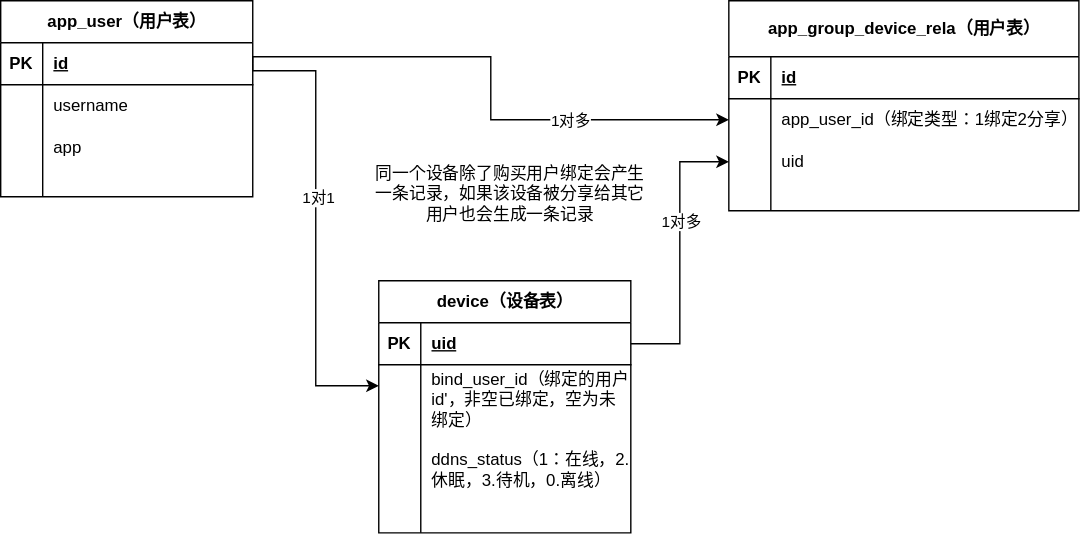
Earlier version of the draw.io export database/1-用户设备关系ER.drawio.svg (LiuXinStrive/ChaoWei). Source tidied: cells renumbered, new cells last; positions are measured from the earlier drawing's top-left corner, leaving out a move shared by most shapes. Source of this version:
```xml
<mxGraphModel>
  <root>
    <mxCell id="0" />
    <mxCell id="1" parent="0" />
    <mxCell id="2" value="app_user（用户表）" style="shape=table;startSize=30;rowLines=0;fontStyle=1;align=center;html=1;" parent="1" vertex="1">
      <mxGeometry width="180" height="140" as="geometry" />
    </mxCell>
    <mxCell id="3" style="shape=tableRow;horizontal=0;startSize=0;swimlaneHead=0;swimlaneBody=0;fillColor=none;points=[[0,0.5],[1,0.5]];portConstraint=eastwest;top=0;left=0;right=0;bottom=1;" parent="2" vertex="1">
      <mxGeometry y="30" width="180" height="30" as="geometry" />
    </mxCell>
    <mxCell id="4" value="PK" style="shape=partialRectangle;fillColor=none;top=0;left=0;bottom=0;right=0;fontStyle=1;overflow=hidden;whiteSpace=wrap;html=1;" parent="3" vertex="1">
      <mxGeometry width="30" height="30" as="geometry" />
    </mxCell>
    <mxCell id="5" value="id" style="shape=partialRectangle;fillColor=none;top=0;left=0;bottom=0;right=0;align=left;spacingLeft=6;fontStyle=5;overflow=hidden;whiteSpace=wrap;html=1;" parent="3" vertex="1">
      <mxGeometry x="30" width="150" height="30" as="geometry" />
    </mxCell>
    <mxCell id="6" style="shape=tableRow;horizontal=0;startSize=0;swimlaneHead=0;swimlaneBody=0;fillColor=none;top=0;left=0;right=0;bottom=0;" parent="2" vertex="1">
      <mxGeometry y="60" width="180" height="30" as="geometry" />
    </mxCell>
    <mxCell id="7" style="shape=partialRectangle;fillColor=none;top=0;left=0;bottom=0;right=0;overflow=hidden;whiteSpace=wrap;html=1;" parent="6" vertex="1">
      <mxGeometry width="30" height="30" as="geometry" />
    </mxCell>
    <mxCell id="8" value="username" style="shape=partialRectangle;fillColor=none;top=0;left=0;bottom=0;right=0;align=left;spacingLeft=6;overflow=hidden;whiteSpace=wrap;html=1;" parent="6" vertex="1">
      <mxGeometry x="30" width="150" height="30" as="geometry" />
    </mxCell>
    <mxCell id="9" style="shape=tableRow;horizontal=0;startSize=0;swimlaneHead=0;swimlaneBody=0;fillColor=none;top=0;left=0;right=0;bottom=0;" parent="2" vertex="1">
      <mxGeometry y="90" width="180" height="30" as="geometry" />
    </mxCell>
    <mxCell id="10" style="shape=partialRectangle;fillColor=none;top=0;left=0;bottom=0;right=0;overflow=hidden;whiteSpace=wrap;html=1;" parent="9" vertex="1">
      <mxGeometry width="30" height="30" as="geometry" />
    </mxCell>
    <mxCell id="11" value="app" style="shape=partialRectangle;fillColor=none;top=0;left=0;bottom=0;right=0;align=left;spacingLeft=6;overflow=hidden;whiteSpace=wrap;html=1;" parent="9" vertex="1">
      <mxGeometry x="30" width="150" height="30" as="geometry" />
    </mxCell>
    <mxCell id="12" style="shape=tableRow;horizontal=0;startSize=0;swimlaneHead=0;swimlaneBody=0;fillColor=none;top=0;left=0;right=0;bottom=0;" parent="2" vertex="1">
      <mxGeometry y="120" width="180" height="20" as="geometry" />
    </mxCell>
    <mxCell id="13" style="shape=partialRectangle;fillColor=none;top=0;left=0;bottom=0;right=0;overflow=hidden;whiteSpace=wrap;html=1;" parent="12" vertex="1">
      <mxGeometry width="30" height="20" as="geometry" />
    </mxCell>
    <mxCell id="14" style="shape=partialRectangle;fillColor=none;top=0;left=0;bottom=0;right=0;align=left;spacingLeft=6;overflow=hidden;whiteSpace=wrap;html=1;" parent="12" vertex="1">
      <mxGeometry x="30" width="150" height="20" as="geometry" />
    </mxCell>
    <mxCell id="15" value="device（设备表）" style="shape=table;startSize=30;rowLines=0;fontStyle=1;align=center;html=1;" parent="1" vertex="1">
      <mxGeometry x="270" y="200" width="180" height="180" as="geometry" />
    </mxCell>
    <mxCell id="16" style="shape=tableRow;horizontal=0;startSize=0;swimlaneHead=0;swimlaneBody=0;fillColor=none;points=[[0,0.5],[1,0.5]];portConstraint=eastwest;top=0;left=0;right=0;bottom=1;" parent="15" vertex="1">
      <mxGeometry y="30" width="180" height="30" as="geometry" />
    </mxCell>
    <mxCell id="17" value="PK" style="shape=partialRectangle;fillColor=none;top=0;left=0;bottom=0;right=0;fontStyle=1;overflow=hidden;whiteSpace=wrap;html=1;" parent="16" vertex="1">
      <mxGeometry width="30" height="30" as="geometry" />
    </mxCell>
    <mxCell id="18" value="uid" style="shape=partialRectangle;fillColor=none;top=0;left=0;bottom=0;right=0;align=left;spacingLeft=6;fontStyle=5;overflow=hidden;whiteSpace=wrap;html=1;" parent="16" vertex="1">
      <mxGeometry x="30" width="150" height="30" as="geometry" />
    </mxCell>
    <mxCell id="19" style="shape=tableRow;horizontal=0;startSize=0;swimlaneHead=0;swimlaneBody=0;fillColor=none;points=[[0,0.5],[1,0.5]];portConstraint=eastwest;top=0;left=0;right=0;bottom=0;" parent="15" vertex="1">
      <mxGeometry y="60" width="180" height="50" as="geometry" />
    </mxCell>
    <mxCell id="20" style="shape=partialRectangle;fillColor=none;top=0;left=0;bottom=0;right=0;overflow=hidden;whiteSpace=wrap;html=1;" parent="19" vertex="1">
      <mxGeometry width="30" height="50" as="geometry" />
    </mxCell>
    <mxCell id="21" value="bind_user_id（绑定的用户id'，非空已绑定，空为未绑定）" style="shape=partialRectangle;fillColor=none;top=0;left=0;bottom=0;right=0;align=left;spacingLeft=6;overflow=hidden;whiteSpace=wrap;html=1;" parent="19" vertex="1">
      <mxGeometry x="30" width="150" height="50" as="geometry" />
    </mxCell>
    <mxCell id="22" style="shape=tableRow;horizontal=0;startSize=0;swimlaneHead=0;swimlaneBody=0;fillColor=none;top=0;left=0;right=0;bottom=0;" parent="15" vertex="1">
      <mxGeometry y="110" width="180" height="50" as="geometry" />
    </mxCell>
    <mxCell id="23" style="shape=partialRectangle;fillColor=none;top=0;left=0;bottom=0;right=0;overflow=hidden;whiteSpace=wrap;html=1;" parent="22" vertex="1">
      <mxGeometry width="30" height="50" as="geometry" />
    </mxCell>
    <mxCell id="24" value="ddns_status（1：在线，2.休眠，3.待机，0.离线）" style="shape=partialRectangle;fillColor=none;top=0;left=0;bottom=0;right=0;align=left;spacingLeft=6;overflow=hidden;whiteSpace=wrap;html=1;" parent="22" vertex="1">
      <mxGeometry x="30" width="150" height="50" as="geometry" />
    </mxCell>
    <mxCell id="25" style="shape=tableRow;horizontal=0;startSize=0;swimlaneHead=0;swimlaneBody=0;fillColor=none;top=0;left=0;right=0;bottom=0;" parent="15" vertex="1">
      <mxGeometry y="160" width="180" height="20" as="geometry" />
    </mxCell>
    <mxCell id="26" style="shape=partialRectangle;fillColor=none;top=0;left=0;bottom=0;right=0;overflow=hidden;whiteSpace=wrap;html=1;" parent="25" vertex="1">
      <mxGeometry width="30" height="20" as="geometry" />
    </mxCell>
    <mxCell id="27" style="shape=partialRectangle;fillColor=none;top=0;left=0;bottom=0;right=0;align=left;spacingLeft=6;overflow=hidden;whiteSpace=wrap;html=1;" parent="25" vertex="1">
      <mxGeometry x="30" width="150" height="20" as="geometry" />
    </mxCell>
    <mxCell id="28" value="app_group_device_rela（用户表）" style="shape=table;startSize=40;rowLines=0;fontStyle=1;align=center;html=1;" parent="1" vertex="1">
      <mxGeometry x="520" width="250" height="150" as="geometry" />
    </mxCell>
    <mxCell id="29" style="shape=tableRow;horizontal=0;startSize=0;swimlaneHead=0;swimlaneBody=0;fillColor=none;top=0;left=0;right=0;bottom=1;" parent="28" vertex="1">
      <mxGeometry y="40" width="250" height="30" as="geometry" />
    </mxCell>
    <mxCell id="30" value="PK" style="shape=partialRectangle;fillColor=none;top=0;left=0;bottom=0;right=0;fontStyle=1;overflow=hidden;whiteSpace=wrap;html=1;" parent="29" vertex="1">
      <mxGeometry width="30" height="30" as="geometry" />
    </mxCell>
    <mxCell id="31" value="id" style="shape=partialRectangle;fillColor=none;top=0;left=0;bottom=0;right=0;align=left;spacingLeft=6;fontStyle=5;overflow=hidden;whiteSpace=wrap;html=1;" parent="29" vertex="1">
      <mxGeometry x="30" width="220" height="30" as="geometry" />
    </mxCell>
    <mxCell id="32" style="shape=tableRow;horizontal=0;startSize=0;swimlaneHead=0;swimlaneBody=0;fillColor=none;points=[[0,0.5],[1,0.5]];portConstraint=eastwest;top=0;left=0;right=0;bottom=0;" parent="28" vertex="1">
      <mxGeometry y="70" width="250" height="30" as="geometry" />
    </mxCell>
    <mxCell id="33" style="shape=partialRectangle;fillColor=none;top=0;left=0;bottom=0;right=0;overflow=hidden;whiteSpace=wrap;html=1;" parent="32" vertex="1">
      <mxGeometry width="30" height="30" as="geometry" />
    </mxCell>
    <mxCell id="34" value="app_user_id（绑定类型：1绑定2分享）" style="shape=partialRectangle;fillColor=none;top=0;left=0;bottom=0;right=0;align=left;spacingLeft=6;overflow=hidden;whiteSpace=wrap;html=1;" parent="32" vertex="1">
      <mxGeometry x="30" width="220" height="30" as="geometry" />
    </mxCell>
    <mxCell id="35" style="shape=tableRow;horizontal=0;startSize=0;swimlaneHead=0;swimlaneBody=0;fillColor=none;points=[[0,0.5],[1,0.5]];portConstraint=eastwest;top=0;left=0;right=0;bottom=0;" parent="28" vertex="1">
      <mxGeometry y="100" width="250" height="30" as="geometry" />
    </mxCell>
    <mxCell id="36" style="shape=partialRectangle;fillColor=none;top=0;left=0;bottom=0;right=0;overflow=hidden;whiteSpace=wrap;html=1;" parent="35" vertex="1">
      <mxGeometry width="30" height="30" as="geometry" />
    </mxCell>
    <mxCell id="37" value="uid" style="shape=partialRectangle;fillColor=none;top=0;left=0;bottom=0;right=0;align=left;spacingLeft=6;overflow=hidden;whiteSpace=wrap;html=1;" parent="35" vertex="1">
      <mxGeometry x="30" width="220" height="30" as="geometry" />
    </mxCell>
    <mxCell id="38" style="shape=tableRow;horizontal=0;startSize=0;swimlaneHead=0;swimlaneBody=0;fillColor=none;top=0;left=0;right=0;bottom=0;" parent="28" vertex="1">
      <mxGeometry y="130" width="250" height="20" as="geometry" />
    </mxCell>
    <mxCell id="39" style="shape=partialRectangle;fillColor=none;top=0;left=0;bottom=0;right=0;overflow=hidden;whiteSpace=wrap;html=1;" parent="38" vertex="1">
      <mxGeometry width="30" height="20" as="geometry" />
    </mxCell>
    <mxCell id="40" style="shape=partialRectangle;fillColor=none;top=0;left=0;bottom=0;right=0;align=left;spacingLeft=6;overflow=hidden;whiteSpace=wrap;html=1;" parent="38" vertex="1">
      <mxGeometry x="30" width="220" height="20" as="geometry" />
    </mxCell>
    <mxCell id="41" style="edgeStyle=orthogonalEdgeStyle;rounded=0;jettySize=auto;html=1;exitX=1;exitY=0.5;exitDx=0;exitDy=0;" parent="1" edge="1" source="3" target="19">
      <mxGeometry relative="1" as="geometry">
        <Array as="points">
          <mxPoint x="180" y="50" />
          <mxPoint x="225" y="50" />
          <mxPoint x="225" y="275" />
        </Array>
      </mxGeometry>
    </mxCell>
    <mxCell id="42" value="1对1" style="edgeLabel;html=1;align=center;verticalAlign=middle;" parent="41" vertex="1">
      <mxGeometry x="-0.33" y="1" relative="1" as="geometry">
        <mxPoint y="33" as="offset" />
      </mxGeometry>
    </mxCell>
    <mxCell id="43" style="edgeStyle=orthogonalEdgeStyle;rounded=0;jettySize=auto;html=1;exitX=1;exitY=0.5;exitDx=0;exitDy=0;" parent="1" edge="1" source="16" target="35">
      <mxGeometry relative="1" as="geometry" />
    </mxCell>
    <mxCell id="44" value="1对多" style="edgeLabel;html=1;align=center;verticalAlign=middle;" parent="43" vertex="1">
      <mxGeometry x="0.23" relative="1" as="geometry" />
    </mxCell>
    <mxCell id="45" style="edgeStyle=orthogonalEdgeStyle;rounded=0;jettySize=auto;html=1;exitX=1;exitY=0.5;exitDx=0;exitDy=0;entryX=0;entryY=0.5;entryDx=0;entryDy=0;" parent="1" edge="1" source="3" target="32">
      <mxGeometry relative="1" as="geometry">
        <Array as="points">
          <mxPoint x="180" y="40" />
          <mxPoint x="350" y="40" />
          <mxPoint x="350" y="85" />
        </Array>
      </mxGeometry>
    </mxCell>
    <mxCell id="46" value="1对多" style="edgeLabel;html=1;align=center;verticalAlign=middle;" parent="45" vertex="1">
      <mxGeometry x="0.42" relative="1" as="geometry" />
    </mxCell>
    <mxCell id="47" value="同一个设备除了购买用户绑定会产生一条记录，如果该设备被分享给其它用户也会生成一条记录" style="text;html=1;whiteSpace=wrap;strokeColor=none;fillColor=none;align=center;verticalAlign=middle;rounded=0;" parent="1" vertex="1">
      <mxGeometry x="264" y="100" width="200" height="75" as="geometry" />
    </mxCell>
  </root>
</mxGraphModel>
```
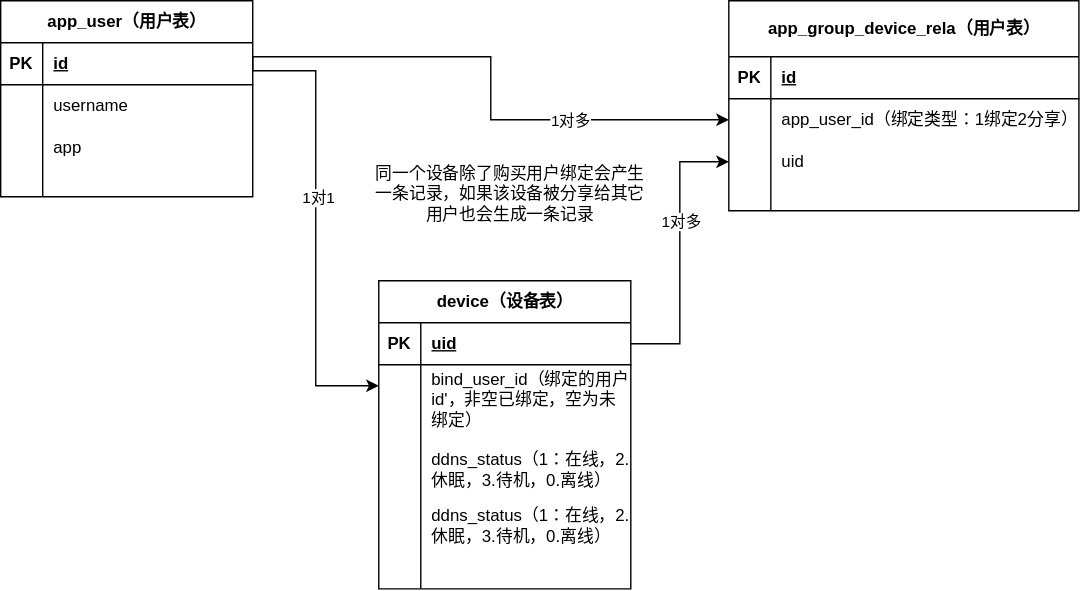
Later version of the same file.

Commit message:
更新1-用户设备关系ER.drawio.svg

Change to the diagram source:
```diff
@@ -42,7 +42,7 @@
       <mxGeometry x="30" width="150" height="20" as="geometry" />
     </mxCell>
     <mxCell id="15" value="device（设备表）" style="shape=table;startSize=30;rowLines=0;fontStyle=1;align=center;html=1;" parent="1" vertex="1">
-      <mxGeometry x="270" y="200" width="180" height="180" as="geometry" />
+      <mxGeometry x="270" y="200" width="180" height="220" as="geometry" />
     </mxCell>
     <mxCell id="16" style="shape=tableRow;horizontal=0;startSize=0;swimlaneHead=0;swimlaneBody=0;fillColor=none;points=[[0,0.5],[1,0.5]];portConstraint=eastwest;top=0;left=0;right=0;bottom=1;" parent="15" vertex="1">
       <mxGeometry y="30" width="180" height="30" as="geometry" />
@@ -72,13 +72,13 @@
       <mxGeometry x="30" width="150" height="50" as="geometry" />
     </mxCell>
     <mxCell id="25" style="shape=tableRow;horizontal=0;startSize=0;swimlaneHead=0;swimlaneBody=0;fillColor=none;top=0;left=0;right=0;bottom=0;" parent="15" vertex="1">
-      <mxGeometry y="160" width="180" height="20" as="geometry" />
+      <mxGeometry y="160" width="180" height="60" as="geometry" />
     </mxCell>
     <mxCell id="26" style="shape=partialRectangle;fillColor=none;top=0;left=0;bottom=0;right=0;overflow=hidden;whiteSpace=wrap;html=1;" parent="25" vertex="1">
-      <mxGeometry width="30" height="20" as="geometry" />
+      <mxGeometry width="30" height="60" as="geometry" />
     </mxCell>
     <mxCell id="27" style="shape=partialRectangle;fillColor=none;top=0;left=0;bottom=0;right=0;align=left;spacingLeft=6;overflow=hidden;whiteSpace=wrap;html=1;" parent="25" vertex="1">
-      <mxGeometry x="30" width="150" height="20" as="geometry" />
+      <mxGeometry x="30" width="150" height="60" as="geometry" />
     </mxCell>
     <mxCell id="28" value="app_group_device_rela（用户表）" style="shape=table;startSize=40;rowLines=0;fontStyle=1;align=center;html=1;" parent="1" vertex="1">
       <mxGeometry x="520" width="250" height="150" as="geometry" />
@@ -154,5 +154,8 @@
     <mxCell id="47" value="同一个设备除了购买用户绑定会产生一条记录，如果该设备被分享给其它用户也会生成一条记录" style="text;html=1;whiteSpace=wrap;strokeColor=none;fillColor=none;align=center;verticalAlign=middle;rounded=0;" parent="1" vertex="1">
       <mxGeometry x="264" y="100" width="200" height="75" as="geometry" />
     </mxCell>
+    <mxCell id="48" value="ddns_status（1：在线，2.休眠，3.待机，0.离线）" style="shape=partialRectangle;fillColor=none;top=0;left=0;bottom=0;right=0;align=left;spacingLeft=6;overflow=hidden;whiteSpace=wrap;html=1;" parent="1" vertex="1">
+      <mxGeometry x="300" y="350" width="150" height="50" as="geometry" />
+    </mxCell>
   </root>
 </mxGraphModel>
```
